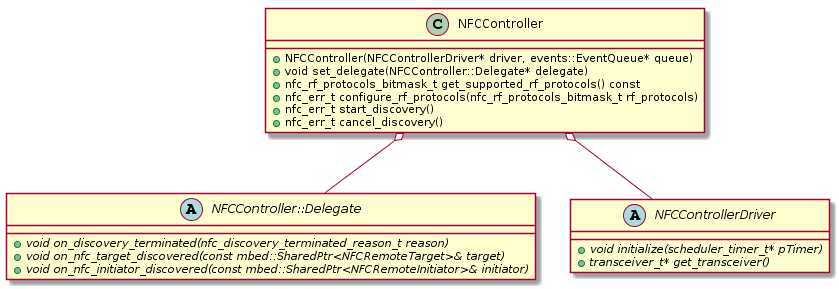
Earlier version of the PlantUML export features/nfc/doc/uml_diagram_controller.png (ARMmbed/mbed-os).
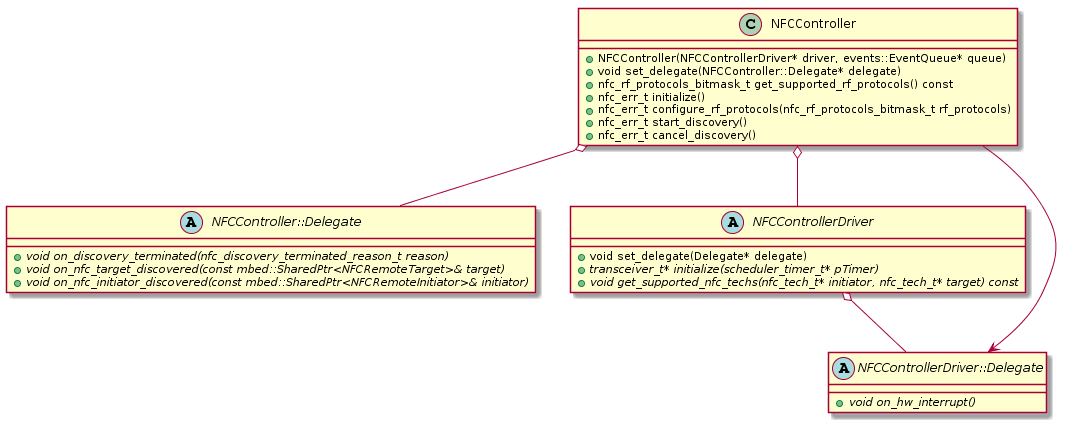
After the change.

Commit message:
Amend NFCController API

The edit, as a diff of the source:
```diff
@@ -3,6 +3,7 @@
   +NFCController(NFCControllerDriver* driver, events::EventQueue* queue)
   +void set_delegate(NFCController::Delegate* delegate)
   +nfc_rf_protocols_bitmask_t get_supported_rf_protocols() const
+  +nfc_err_t initialize()
   +nfc_err_t configure_rf_protocols(nfc_rf_protocols_bitmask_t rf_protocols)
   +nfc_err_t start_discovery()
   +nfc_err_t cancel_discovery()
@@ -15,10 +16,17 @@
 }
 
 abstract class NFCControllerDriver {
-  +{abstract} void initialize(scheduler_timer_t* pTimer)
-  +{abstract} transceiver_t* get_transceiver()
+  +void set_delegate(Delegate* delegate)
+  +{abstract} transceiver_t* initialize(scheduler_timer_t* pTimer)
+  +{abstract} void get_supported_nfc_techs(nfc_tech_t* initiator, nfc_tech_t* target) const
+}
+
+abstract class NFCControllerDriver::Delegate {
+  +{abstract} void on_hw_interrupt()
 }
 
 NFCController o-- NFCController::Delegate
 NFCController o-- NFCControllerDriver
+NFCControllerDriver o-- NFCControllerDriver::Delegate
+NFCControllerDriver::Delegate <-- NFCController
 @enduml
```
